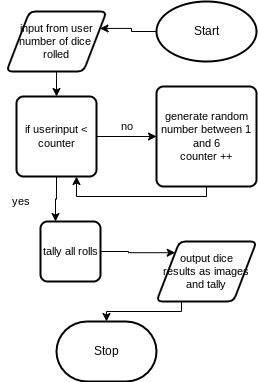
This is design/flowchart.png from MTHS-ICS2O-2-2022/ICS2O-Final-Project-Group13, a draw.io export, as it was before one commit. Source tidied: cells renumbered, new cells last; positions are measured from the earlier drawing's top-left corner, leaving out a move shared by most shapes. The source it was exported from:
```xml
<mxGraphModel>
  <root>
    <mxCell id="0" />
    <mxCell id="1" parent="0" />
    <mxCell id="2" style="edgeStyle=orthogonalEdgeStyle;shape=connector;rounded=0;html=1;exitX=0;exitY=0.5;exitDx=0;exitDy=0;exitPerimeter=0;entryX=1;entryY=0.25;entryDx=0;entryDy=0;labelBackgroundColor=default;strokeColor=default;fontFamily=Helvetica;fontSize=11;fontColor=default;endArrow=classic;" parent="1" edge="1" source="3" target="6">
      <mxGeometry relative="1" as="geometry" />
    </mxCell>
    <mxCell id="3" value="Start" style="strokeWidth=2;html=1;shape=mxgraph.flowchart.start_1;whiteSpace=wrap;" parent="1" vertex="1">
      <mxGeometry x="156" width="100" height="60" as="geometry" />
    </mxCell>
    <mxCell id="4" value="Stop" style="strokeWidth=2;html=1;shape=mxgraph.flowchart.terminator;whiteSpace=wrap;" parent="1" vertex="1">
      <mxGeometry x="56" y="320" width="100" height="60" as="geometry" />
    </mxCell>
    <mxCell id="5" style="edgeStyle=orthogonalEdgeStyle;shape=connector;rounded=0;html=1;exitX=0.5;exitY=1;exitDx=0;exitDy=0;entryX=0.5;entryY=0;entryDx=0;entryDy=0;labelBackgroundColor=default;strokeColor=default;fontFamily=Helvetica;fontSize=11;fontColor=default;endArrow=classic;" parent="1" edge="1" source="6" target="9">
      <mxGeometry relative="1" as="geometry" />
    </mxCell>
    <mxCell id="6" value="input from user&lt;br&gt;number of dice&amp;nbsp;&lt;br&gt;rolled" style="shape=parallelogram;html=1;strokeWidth=2;perimeter=parallelogramPerimeter;whiteSpace=wrap;rounded=1;arcSize=12;size=0.23;fontFamily=Helvetica;fontSize=11;fontColor=default;" parent="1" vertex="1">
      <mxGeometry x="6" y="10" width="100" height="60" as="geometry" />
    </mxCell>
    <mxCell id="7" style="edgeStyle=orthogonalEdgeStyle;shape=connector;rounded=0;html=1;exitX=1;exitY=0.5;exitDx=0;exitDy=0;entryX=0;entryY=0.5;entryDx=0;entryDy=0;labelBackgroundColor=default;strokeColor=default;fontFamily=Helvetica;fontSize=11;fontColor=default;endArrow=classic;" parent="1" edge="1" source="9" target="11">
      <mxGeometry relative="1" as="geometry" />
    </mxCell>
    <mxCell id="8" style="edgeStyle=orthogonalEdgeStyle;shape=connector;rounded=0;html=1;exitX=0.5;exitY=1;exitDx=0;exitDy=0;entryX=0.25;entryY=0;entryDx=0;entryDy=0;labelBackgroundColor=default;strokeColor=default;fontFamily=Helvetica;fontSize=11;fontColor=default;endArrow=classic;" parent="1" edge="1" source="9" target="16">
      <mxGeometry relative="1" as="geometry" />
    </mxCell>
    <mxCell id="9" value="if userinput &amp;lt; counter" style="rounded=1;whiteSpace=wrap;html=1;absoluteArcSize=1;arcSize=14;strokeWidth=2;fontFamily=Helvetica;fontSize=11;fontColor=default;" parent="1" vertex="1">
      <mxGeometry x="16" y="95" width="80" height="80" as="geometry" />
    </mxCell>
    <mxCell id="10" style="edgeStyle=orthogonalEdgeStyle;shape=connector;rounded=0;html=1;exitX=0.5;exitY=1;exitDx=0;exitDy=0;entryX=0.75;entryY=1;entryDx=0;entryDy=0;labelBackgroundColor=default;strokeColor=default;fontFamily=Helvetica;fontSize=11;fontColor=default;endArrow=classic;" parent="1" edge="1" source="11" target="9">
      <mxGeometry relative="1" as="geometry" />
    </mxCell>
    <mxCell id="11" value="generate random number between 1 and 6&lt;br&gt;counter ++" style="rounded=1;whiteSpace=wrap;html=1;absoluteArcSize=1;arcSize=14;strokeWidth=2;fontFamily=Helvetica;fontSize=11;fontColor=default;" parent="1" vertex="1">
      <mxGeometry x="156" y="85" width="100" height="100" as="geometry" />
    </mxCell>
    <mxCell id="12" value="no" style="text;html=1;align=center;verticalAlign=middle;strokeColor=none;fillColor=none;fontSize=11;fontFamily=Helvetica;fontColor=default;" parent="1" vertex="1">
      <mxGeometry x="106" y="110" width="40" height="30" as="geometry" />
    </mxCell>
    <mxCell id="13" style="edgeStyle=orthogonalEdgeStyle;shape=connector;rounded=0;html=1;exitX=0.25;exitY=1;exitDx=0;exitDy=0;entryX=0.5;entryY=0;entryDx=0;entryDy=0;entryPerimeter=0;labelBackgroundColor=default;strokeColor=default;fontFamily=Helvetica;fontSize=11;fontColor=default;endArrow=classic;" parent="1" edge="1" source="14" target="4">
      <mxGeometry relative="1" as="geometry" />
    </mxCell>
    <mxCell id="14" value="output dice &lt;br&gt;results as images and tally" style="shape=parallelogram;html=1;strokeWidth=2;perimeter=parallelogramPerimeter;whiteSpace=wrap;rounded=1;arcSize=12;size=0.23;fontFamily=Helvetica;fontSize=11;fontColor=default;" parent="1" vertex="1">
      <mxGeometry x="156" y="240" width="100" height="60" as="geometry" />
    </mxCell>
    <mxCell id="15" style="edgeStyle=orthogonalEdgeStyle;shape=connector;rounded=0;html=1;exitX=1;exitY=0.5;exitDx=0;exitDy=0;entryX=0;entryY=0;entryDx=0;entryDy=0;labelBackgroundColor=default;strokeColor=default;fontFamily=Helvetica;fontSize=11;fontColor=default;endArrow=classic;" parent="1" edge="1" source="16" target="14">
      <mxGeometry relative="1" as="geometry" />
    </mxCell>
    <mxCell id="16" value="tally all rolls" style="rounded=1;whiteSpace=wrap;html=1;absoluteArcSize=1;arcSize=14;strokeWidth=2;fontFamily=Helvetica;fontSize=11;fontColor=default;" parent="1" vertex="1">
      <mxGeometry x="40" y="220" width="60" height="60" as="geometry" />
    </mxCell>
    <mxCell id="17" value="yes" style="text;html=1;align=center;verticalAlign=middle;strokeColor=none;fillColor=none;fontSize=11;fontFamily=Helvetica;fontColor=default;" parent="1" vertex="1">
      <mxGeometry y="185" width="40" height="30" as="geometry" />
    </mxCell>
  </root>
</mxGraphModel>
```
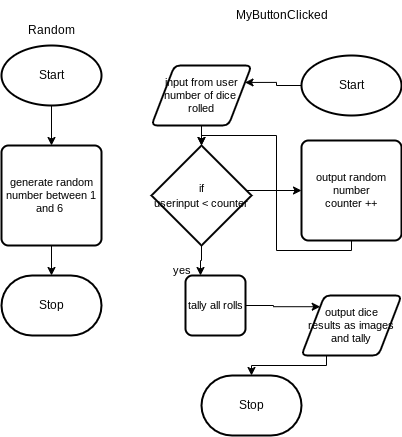
The same diagram one commit later.

Commit message:
input/output

Diff of the diagram source:
```diff
@@ -11,30 +11,23 @@
     <mxCell id="4" value="Stop" style="strokeWidth=2;html=1;shape=mxgraph.flowchart.terminator;whiteSpace=wrap;" parent="1" vertex="1">
       <mxGeometry x="56" y="320" width="100" height="60" as="geometry" />
     </mxCell>
-    <mxCell id="5" style="edgeStyle=orthogonalEdgeStyle;shape=connector;rounded=0;html=1;exitX=0.5;exitY=1;exitDx=0;exitDy=0;entryX=0.5;entryY=0;entryDx=0;entryDy=0;labelBackgroundColor=default;strokeColor=default;fontFamily=Helvetica;fontSize=11;fontColor=default;endArrow=classic;" parent="1" edge="1" source="6" target="9">
+    <mxCell id="5" style="edgeStyle=none;html=1;exitX=0.5;exitY=1;exitDx=0;exitDy=0;entryX=0.5;entryY=0;entryDx=0;entryDy=0;entryPerimeter=0;" parent="1" edge="1" source="6" target="9">
       <mxGeometry relative="1" as="geometry" />
     </mxCell>
     <mxCell id="6" value="input from user&lt;br&gt;number of dice&amp;nbsp;&lt;br&gt;rolled" style="shape=parallelogram;html=1;strokeWidth=2;perimeter=parallelogramPerimeter;whiteSpace=wrap;rounded=1;arcSize=12;size=0.23;fontFamily=Helvetica;fontSize=11;fontColor=default;" parent="1" vertex="1">
       <mxGeometry x="6" y="10" width="100" height="60" as="geometry" />
     </mxCell>
-    <mxCell id="7" style="edgeStyle=orthogonalEdgeStyle;shape=connector;rounded=0;html=1;exitX=1;exitY=0.5;exitDx=0;exitDy=0;entryX=0;entryY=0.5;entryDx=0;entryDy=0;labelBackgroundColor=default;strokeColor=default;fontFamily=Helvetica;fontSize=11;fontColor=default;endArrow=classic;" parent="1" edge="1" source="9" target="11">
-      <mxGeometry relative="1" as="geometry" />
+    <mxCell id="7" style="edgeStyle=orthogonalEdgeStyle;shape=connector;rounded=0;html=1;exitX=1;exitY=0.5;exitDx=0;exitDy=0;entryX=0;entryY=0.5;entryDx=0;entryDy=0;labelBackgroundColor=default;strokeColor=default;fontFamily=Helvetica;fontSize=11;fontColor=default;endArrow=classic;" parent="1" edge="1" target="11">
+      <mxGeometry relative="1" as="geometry">
+        <mxPoint x="96" y="135" as="sourcePoint" />
+      </mxGeometry>
     </mxCell>
-    <mxCell id="8" style="edgeStyle=orthogonalEdgeStyle;shape=connector;rounded=0;html=1;exitX=0.5;exitY=1;exitDx=0;exitDy=0;entryX=0.25;entryY=0;entryDx=0;entryDy=0;labelBackgroundColor=default;strokeColor=default;fontFamily=Helvetica;fontSize=11;fontColor=default;endArrow=classic;" parent="1" edge="1" source="9" target="16">
-      <mxGeometry relative="1" as="geometry" />
-    </mxCell>
-    <mxCell id="9" value="if userinput &amp;lt; counter" style="rounded=1;whiteSpace=wrap;html=1;absoluteArcSize=1;arcSize=14;strokeWidth=2;fontFamily=Helvetica;fontSize=11;fontColor=default;" parent="1" vertex="1">
-      <mxGeometry x="16" y="95" width="80" height="80" as="geometry" />
-    </mxCell>
-    <mxCell id="10" style="edgeStyle=orthogonalEdgeStyle;shape=connector;rounded=0;html=1;exitX=0.5;exitY=1;exitDx=0;exitDy=0;entryX=0.75;entryY=1;entryDx=0;entryDy=0;labelBackgroundColor=default;strokeColor=default;fontFamily=Helvetica;fontSize=11;fontColor=default;endArrow=classic;" parent="1" edge="1" source="11" target="9">
+    <mxCell id="10" style="edgeStyle=orthogonalEdgeStyle;shape=connector;rounded=0;html=1;exitX=0.5;exitY=1;exitDx=0;exitDy=0;entryX=0.5;entryY=0;entryDx=0;entryDy=0;entryPerimeter=0;labelBackgroundColor=default;strokeColor=default;fontFamily=Helvetica;fontSize=11;fontColor=default;endArrow=classic;" parent="1" edge="1" source="11" target="9">
       <mxGeometry relative="1" as="geometry" />
     </mxCell>
-    <mxCell id="11" value="generate random number between 1 and 6&lt;br&gt;counter ++" style="rounded=1;whiteSpace=wrap;html=1;absoluteArcSize=1;arcSize=14;strokeWidth=2;fontFamily=Helvetica;fontSize=11;fontColor=default;" parent="1" vertex="1">
+    <mxCell id="11" value="output random number&lt;br&gt;counter ++" style="rounded=1;whiteSpace=wrap;html=1;absoluteArcSize=1;arcSize=14;strokeWidth=2;fontFamily=Helvetica;fontSize=11;fontColor=default;" parent="1" vertex="1">
       <mxGeometry x="156" y="85" width="100" height="100" as="geometry" />
     </mxCell>
-    <mxCell id="12" value="no" style="text;html=1;align=center;verticalAlign=middle;strokeColor=none;fillColor=none;fontSize=11;fontFamily=Helvetica;fontColor=default;" parent="1" vertex="1">
-      <mxGeometry x="106" y="110" width="40" height="30" as="geometry" />
-    </mxCell>
     <mxCell id="13" style="edgeStyle=orthogonalEdgeStyle;shape=connector;rounded=0;html=1;exitX=0.25;exitY=1;exitDx=0;exitDy=0;entryX=0.5;entryY=0;entryDx=0;entryDy=0;entryPerimeter=0;labelBackgroundColor=default;strokeColor=default;fontFamily=Helvetica;fontSize=11;fontColor=default;endArrow=classic;" parent="1" edge="1" source="14" target="4">
       <mxGeometry relative="1" as="geometry" />
     </mxCell>
@@ -48,7 +41,34 @@
       <mxGeometry x="40" y="220" width="60" height="60" as="geometry" />
     </mxCell>
     <mxCell id="17" value="yes" style="text;html=1;align=center;verticalAlign=middle;strokeColor=none;fillColor=none;fontSize=11;fontFamily=Helvetica;fontColor=default;" parent="1" vertex="1">
-      <mxGeometry y="185" width="40" height="30" as="geometry" />
+      <mxGeometry x="16" y="200" width="40" height="30" as="geometry" />
     </mxCell>
+    <mxCell id="18" style="edgeStyle=none;html=1;exitX=0.5;exitY=1;exitDx=0;exitDy=0;entryX=0.5;entryY=0;entryDx=0;entryDy=0;entryPerimeter=0;" parent="1" edge="1" source="19" target="22">
+      <mxGeometry relative="1" as="geometry" />
+    </mxCell>
+    <mxCell id="19" value="generate random number between 1 and 6&amp;nbsp;" style="rounded=1;whiteSpace=wrap;html=1;absoluteArcSize=1;arcSize=14;strokeWidth=2;fontFamily=Helvetica;fontSize=11;fontColor=default;" parent="1" vertex="1">
+      <mxGeometry x="-144" y="90" width="100" height="100" as="geometry" />
+    </mxCell>
+    <mxCell id="20" style="edgeStyle=none;html=1;exitX=0.5;exitY=1;exitDx=0;exitDy=0;exitPerimeter=0;entryX=0.5;entryY=0;entryDx=0;entryDy=0;" parent="1" edge="1" source="21" target="19">
+      <mxGeometry relative="1" as="geometry" />
+    </mxCell>
+    <mxCell id="21" value="Start" style="strokeWidth=2;html=1;shape=mxgraph.flowchart.start_1;whiteSpace=wrap;" parent="1" vertex="1">
+      <mxGeometry x="-144" y="-10" width="100" height="60" as="geometry" />
+    </mxCell>
+    <mxCell id="22" value="Stop" style="strokeWidth=2;html=1;shape=mxgraph.flowchart.terminator;whiteSpace=wrap;" parent="1" vertex="1">
+      <mxGeometry x="-144" y="220" width="100" height="60" as="geometry" />
+    </mxCell>
+    <mxCell id="23" value="Random" style="text;html=1;align=center;verticalAlign=middle;strokeColor=none;fillColor=none;" parent="1" vertex="1">
+      <mxGeometry x="-129" y="-40" width="70" height="30" as="geometry" />
+    </mxCell>
+    <mxCell id="24" value="MyButtonClicked" style="text;html=1;align=center;verticalAlign=middle;strokeColor=none;fillColor=none;" parent="1" vertex="1">
+      <mxGeometry x="76" y="-55" width="120" height="30" as="geometry" />
+    </mxCell>
+    <mxCell id="8" style="edgeStyle=orthogonalEdgeStyle;shape=connector;rounded=0;html=1;exitX=0.5;exitY=1;exitDx=0;exitDy=0;exitPerimeter=0;entryX=0.25;entryY=0;entryDx=0;entryDy=0;labelBackgroundColor=default;strokeColor=default;fontFamily=Helvetica;fontSize=11;fontColor=default;endArrow=classic;" parent="1" edge="1" source="9" target="16">
+      <mxGeometry relative="1" as="geometry" />
+    </mxCell>
+    <mxCell id="9" value="&lt;span style=&quot;font-size: 11px;&quot;&gt;if &lt;br&gt;userinput &amp;lt; counter&lt;/span&gt;" style="strokeWidth=2;html=1;shape=mxgraph.flowchart.decision;whiteSpace=wrap;" parent="1" vertex="1">
+      <mxGeometry x="6" y="90" width="100" height="100" as="geometry" />
+    </mxCell>
   </root>
 </mxGraphModel>
```
